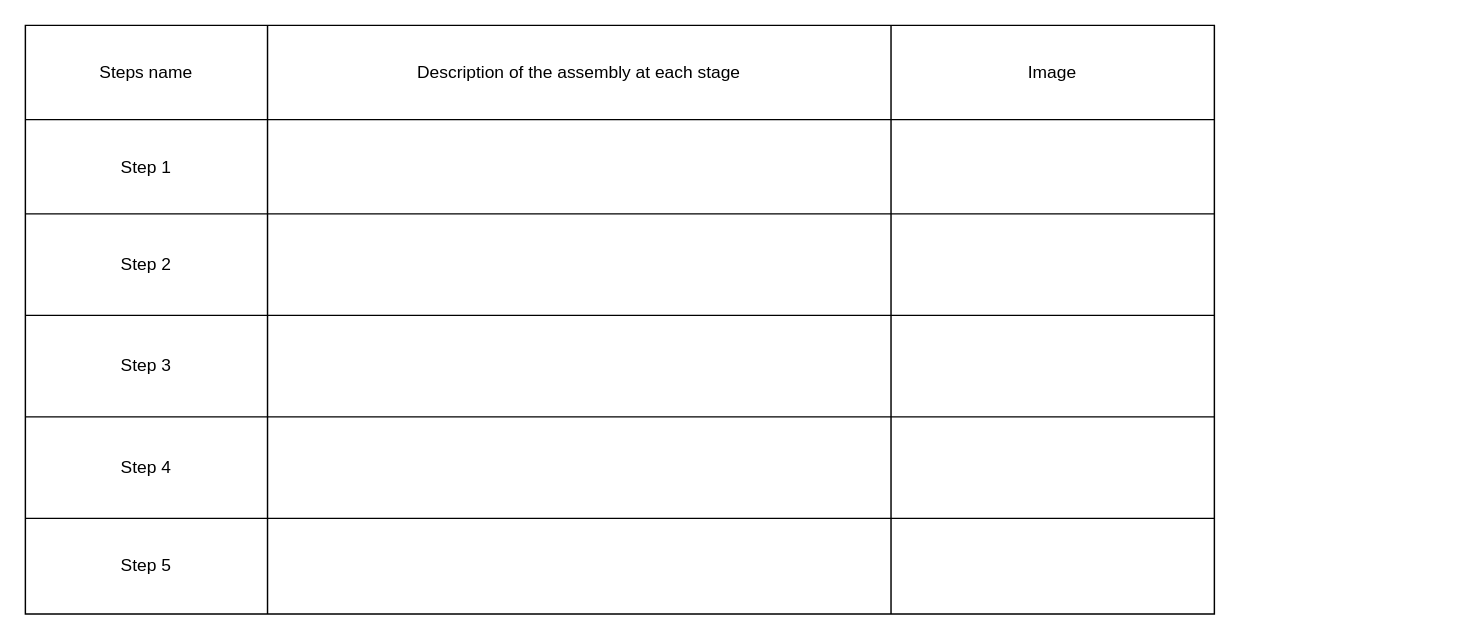
Earlier version of the draw.io diagram Steps to assemble the parts.drawio (amerezoji1362/drawio-github). Source tidied: cells renumbered, new cells numbered last; positions are measured from the earlier drawing's top-left corner, leaving out a move shared by most shapes. Both pictures are drawn from the tidied source at 145%, with x=0, y=0 at pixel (25, 25).
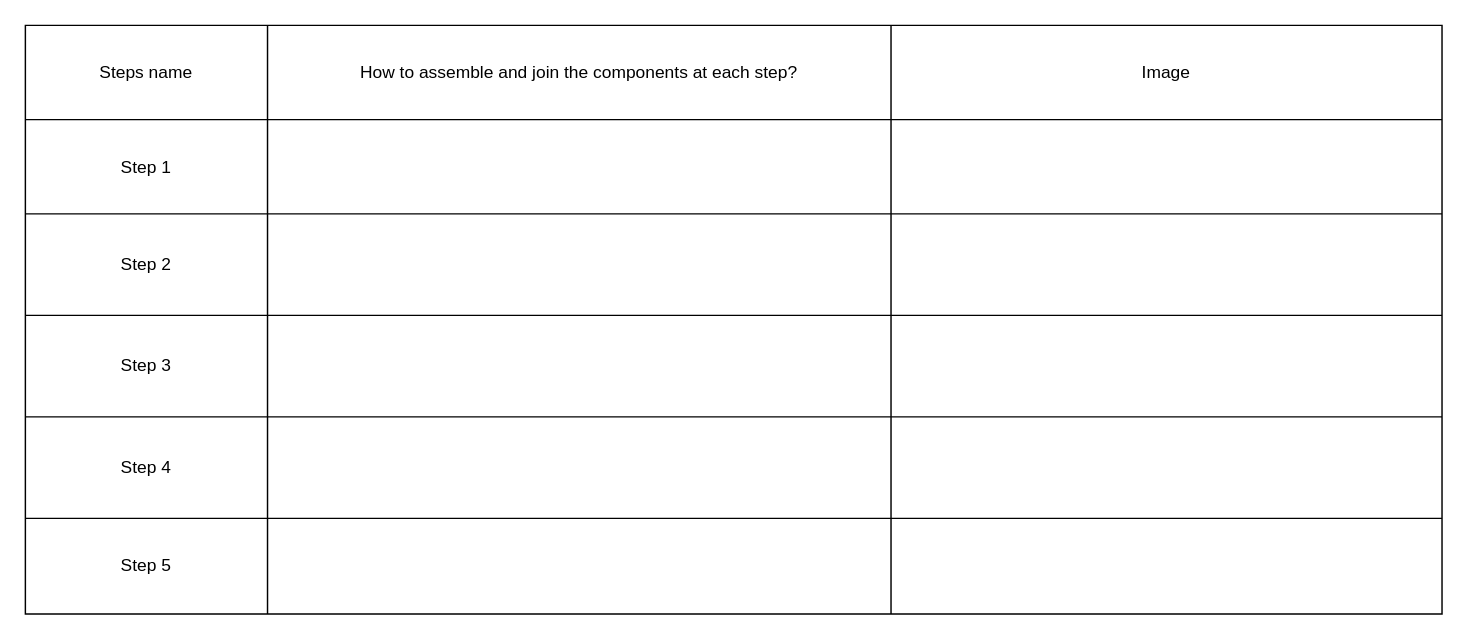
Above is the later version.

Change to the diagram source:
```diff
@@
     <mxCell id="2" style="shape=table;startSize=0;childLayout=tableLayout;" parent="1" vertex="1">
-      <mxGeometry width="820" height="406" as="geometry" />
+      <mxGeometry width="977" height="406" as="geometry" />
     </mxCell>
     <mxCell id="3" style="shape=partialRectangle;fillColor=none;top=0;left=0;bottom=0;right=0;" parent="2" vertex="1">
-      <mxGeometry width="820" height="65" as="geometry" />
+      <mxGeometry width="977" height="65" as="geometry" />
     </mxCell>
@@
-    <mxCell id="5" value="Description of the assembly at each stage" style="shape=partialRectangle;html=1;whiteSpace=wrap;overflow=hidden;fillColor=none;top=0;left=0;bottom=0;right=0;" parent="3" vertex="1">
+    <mxCell id="5" value="How to assemble and join the components at each step?" style="shape=partialRectangle;html=1;whiteSpace=wrap;overflow=hidden;fillColor=none;top=0;left=0;bottom=0;right=0;" parent="3" vertex="1">
       <mxGeometry x="167" width="430" height="65" as="geometry" />
     </mxCell>
     <mxCell id="6" value="Image" style="shape=partialRectangle;html=1;whiteSpace=wrap;overflow=hidden;fillColor=none;top=0;left=0;bottom=0;right=0;" parent="3" vertex="1">
-      <mxGeometry x="597" width="223" height="65" as="geometry" />
+      <mxGeometry x="597" width="380" height="65" as="geometry" />
     </mxCell>
     <mxCell id="7" style="shape=partialRectangle;fillColor=none;top=0;left=0;bottom=0;right=0;" parent="2" vertex="1">
-      <mxGeometry y="65" width="820" height="65" as="geometry" />
+      <mxGeometry y="65" width="977" height="65" as="geometry" />
     </mxCell>
@@
     <mxCell id="10" style="shape=partialRectangle;html=1;whiteSpace=wrap;overflow=hidden;fillColor=none;top=0;left=0;bottom=0;right=0;" parent="7" vertex="1">
-      <mxGeometry x="597" width="223" height="65" as="geometry" />
+      <mxGeometry x="597" width="380" height="65" as="geometry" />
     </mxCell>
     <mxCell id="11" style="shape=partialRectangle;fillColor=none;top=0;left=0;bottom=0;right=0;" parent="2" vertex="1">
-      <mxGeometry y="130" width="820" height="70" as="geometry" />
+      <mxGeometry y="130" width="977" height="70" as="geometry" />
     </mxCell>
@@
     <mxCell id="14" style="shape=partialRectangle;html=1;whiteSpace=wrap;overflow=hidden;fillColor=none;top=0;left=0;bottom=0;right=0;" parent="11" vertex="1">
-      <mxGeometry x="597" width="223" height="70" as="geometry" />
+      <mxGeometry x="597" width="380" height="70" as="geometry" />
     </mxCell>
     <mxCell id="15" style="shape=partialRectangle;fillColor=none;top=0;left=0;bottom=0;right=0;" parent="2" vertex="1">
-      <mxGeometry y="200" width="820" height="70" as="geometry" />
+      <mxGeometry y="200" width="977" height="70" as="geometry" />
     </mxCell>
@@
     <mxCell id="18" style="shape=partialRectangle;html=1;whiteSpace=wrap;overflow=hidden;fillColor=none;top=0;left=0;bottom=0;right=0;" parent="15" vertex="1">
-      <mxGeometry x="597" width="223" height="70" as="geometry" />
+      <mxGeometry x="597" width="380" height="70" as="geometry" />
     </mxCell>
     <mxCell id="19" style="shape=partialRectangle;fillColor=none;top=0;left=0;bottom=0;right=0;" parent="2" vertex="1">
-      <mxGeometry y="270" width="820" height="70" as="geometry" />
+      <mxGeometry y="270" width="977" height="70" as="geometry" />
     </mxCell>
@@
     <mxCell id="22" style="shape=partialRectangle;html=1;whiteSpace=wrap;overflow=hidden;fillColor=none;top=0;left=0;bottom=0;right=0;" parent="19" vertex="1">
-      <mxGeometry x="597" width="223" height="70" as="geometry" />
+      <mxGeometry x="597" width="380" height="70" as="geometry" />
     </mxCell>
     <mxCell id="23" style="shape=partialRectangle;fillColor=none;top=0;left=0;bottom=0;right=0;" parent="2" vertex="1">
-      <mxGeometry y="340" width="820" height="66" as="geometry" />
+      <mxGeometry y="340" width="977" height="66" as="geometry" />
     </mxCell>
@@
     <mxCell id="26" style="shape=partialRectangle;html=1;whiteSpace=wrap;overflow=hidden;fillColor=none;top=0;left=0;bottom=0;right=0;" parent="23" vertex="1">
-      <mxGeometry x="597" width="223" height="66" as="geometry" />
+      <mxGeometry x="597" width="380" height="66" as="geometry" />
     </mxCell>
```
